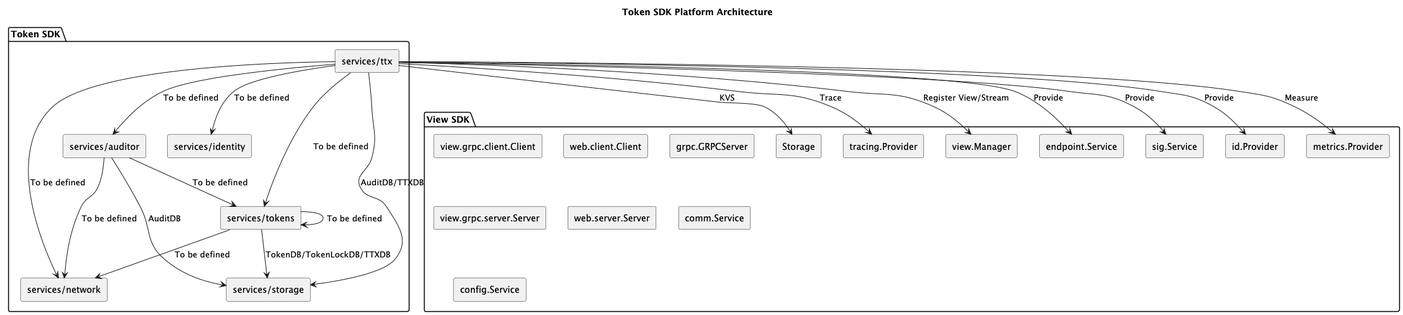
This is docs/architecture/uml/architecture.png from hyperledger-labs/fabric-token-sdk, a PlantUML export, as it was before one commit.
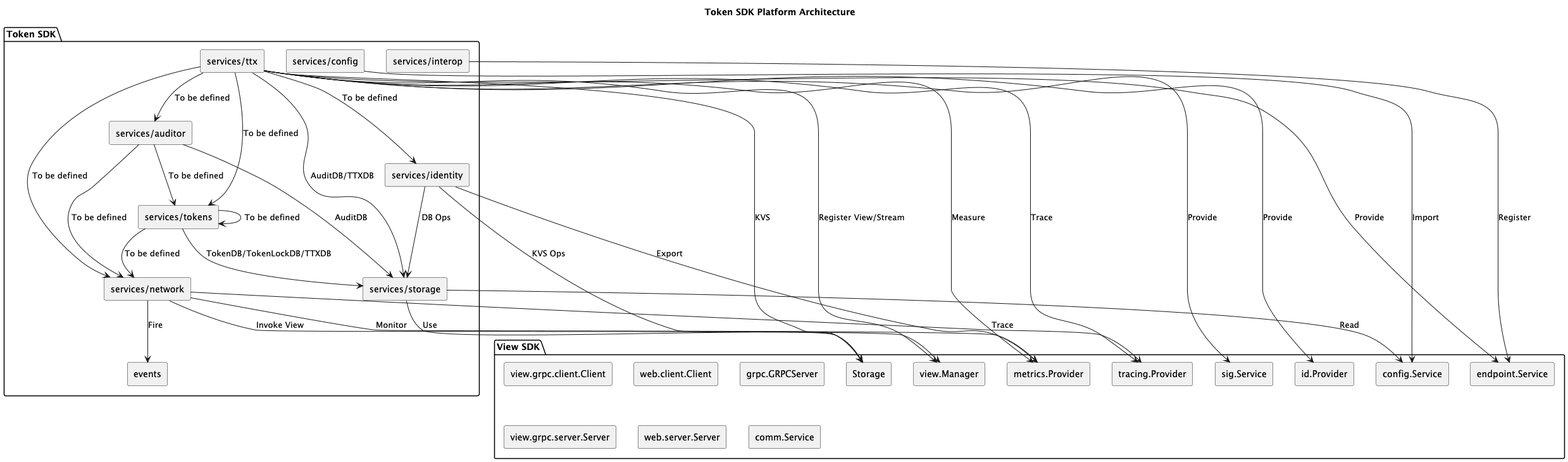
After the commit.

The edit, as a diff of the source:
```diff
@@ -28,7 +28,6 @@
   [services/ttx] --> [tracing.Provider] : Trace
   [services/ttx] --> [metrics.Provider] : Measure
   [services/ttx] --> [view.Manager] : Register View/Stream
-
   [services/ttx] --> [services/auditor] :  To be defined
   [services/ttx] --> [services/tokens] :  To be defined
   [services/ttx] --> [services/storage] :  AuditDB/TTXDB
@@ -42,6 +41,22 @@
   [services/tokens] --> [services/network] : To be defined
   [services/tokens] --> [services/storage] : TokenDB/TokenLockDB/TTXDB
   [services/tokens] --> [services/tokens] : To be defined
+
+  [services/config] --> [config.Service] : Import
+
+  [services/identity] --> [metrics.Provider] : Export
+  [services/identity] --> [services/storage] : DB Ops
+  [services/identity] --> [Storage] : KVS Ops
+
+  [services/interop] --> [endpoint.Service] : Register
+
+  [services/network] --> [view.Manager] : Invoke View
+  [services/network] --> [tracing.Provider] : Trace
+  [services/network] --> [metrics.Provider] : Monitor
+  [services/network] --> [events] : Fire
+
+  [services/storage] --> [Storage] : Use
+  [services/storage] --> [config.Service] : Read
 }
 
 @enduml
```
